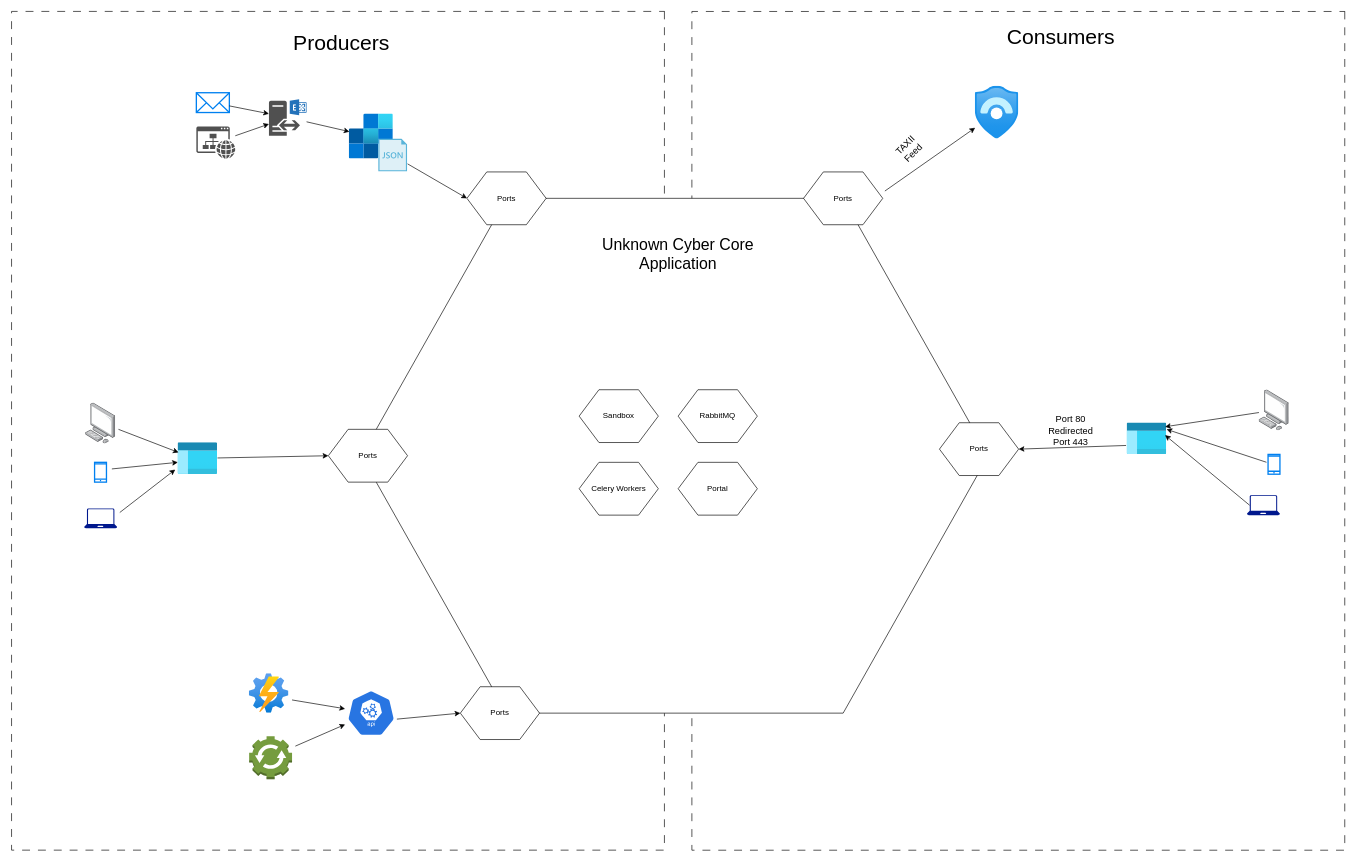
Unknown-Cyber-Inc/Docs keeps this draw.io diagram as UnknownCyber-Hexagon.drawio. Above is the earlier version. Source tidied: cells renumbered, new cells numbered last; positions are measured from the earlier drawing's top-left corner, leaving out a move shared by most shapes. Both pictures are drawn from the tidied source at 66%, with x=0, y=0 at pixel (-82, 26).
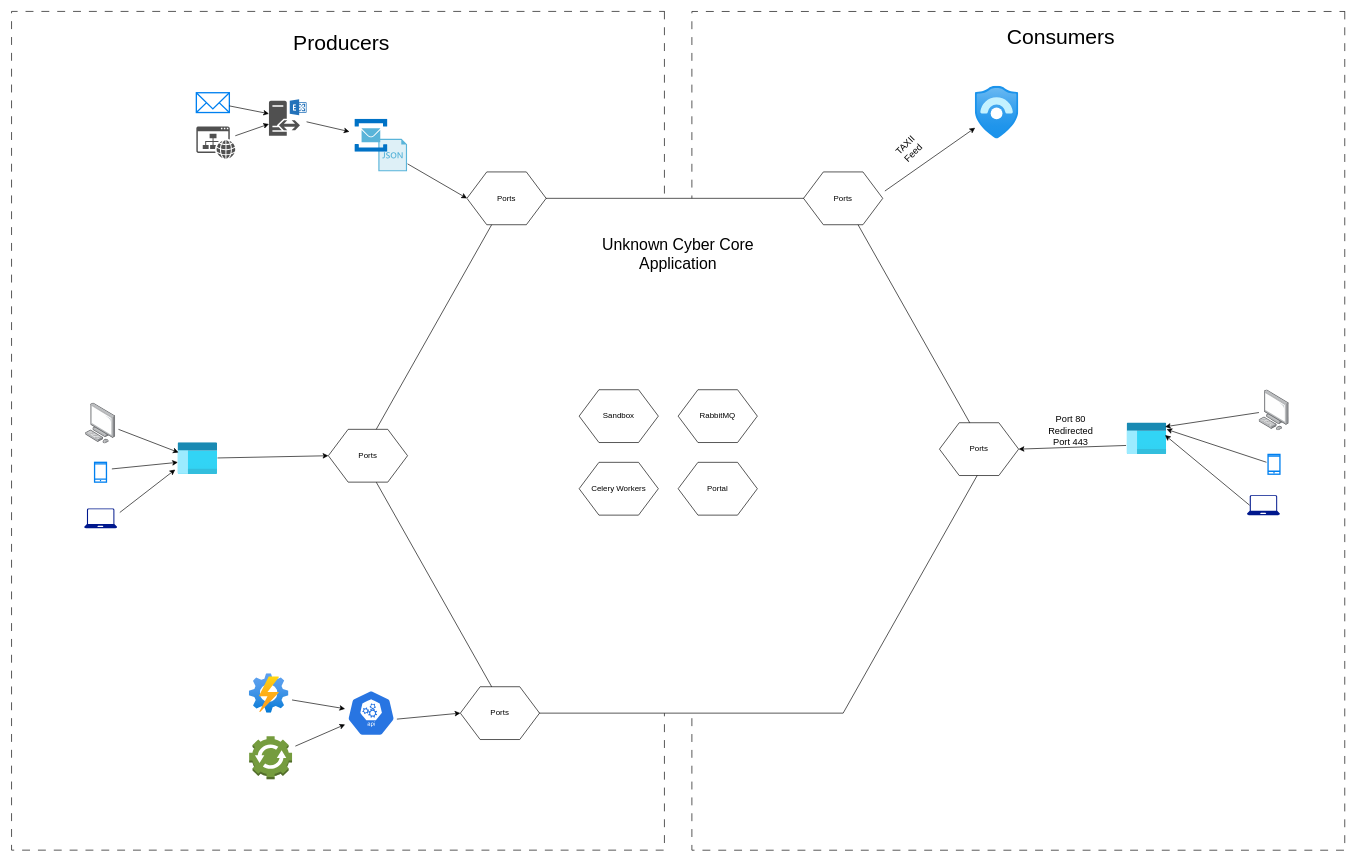
After the change.

What changed in the source:
```diff
@@
-    <mxCell id="50" style="image;html=1;align=center;fontSize=12;image=img/lib/azure2/integration/SendGrid_Accounts.svg;" parent="1" vertex="1">
-      <mxGeometry x="652.4" y="132" width="66.8" height="68" as="geometry" />
-    </mxCell>
@@
+    <mxCell id="52" style="image;sketch=0;html=1;align=center;fontSize=12;image=img/lib/mscae/Service_Bus.svg;" parent="1" vertex="1">
+      <mxGeometry x="661" y="140" width="50" height="50" as="geometry" />
+    </mxCell>
```
